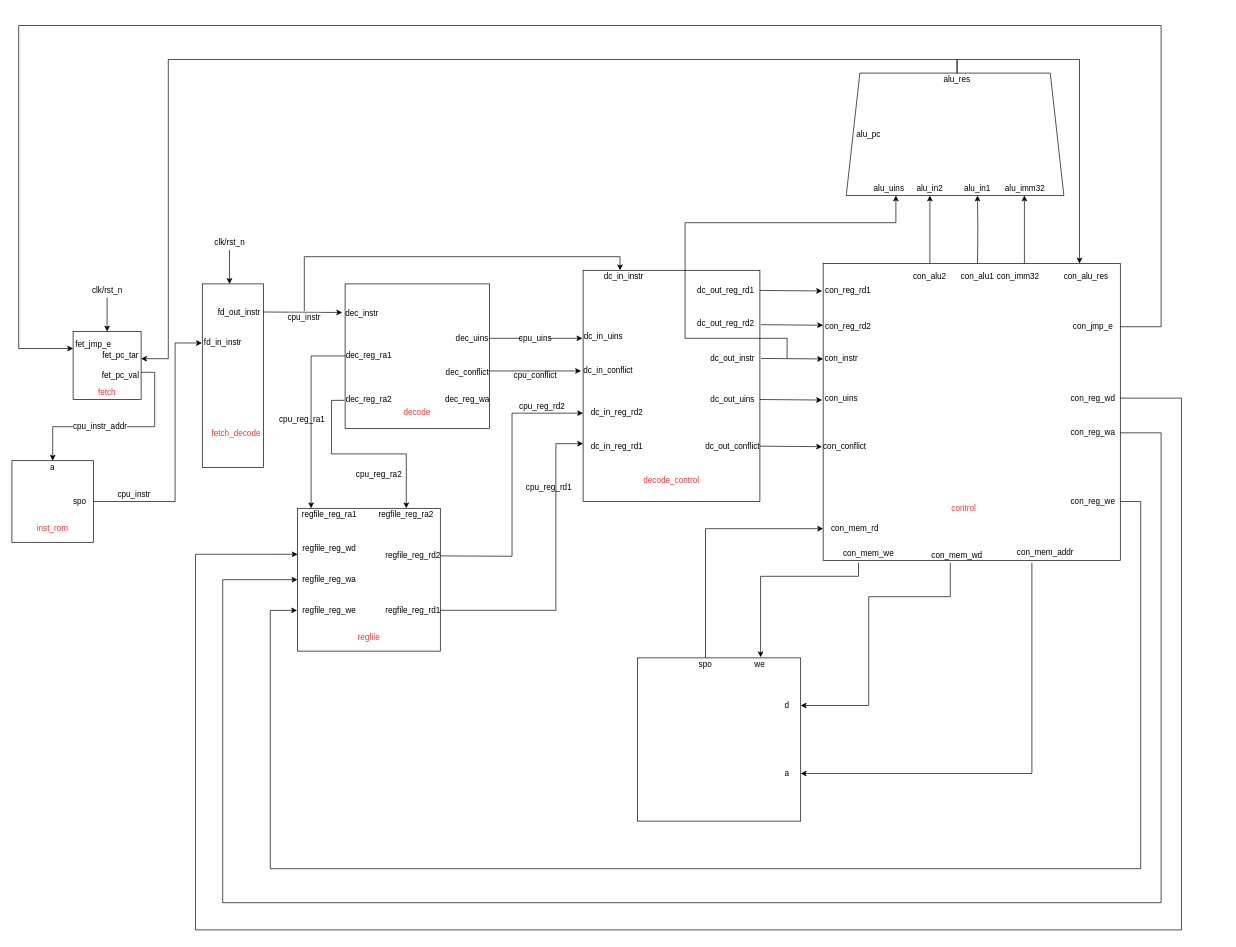
The draw.io diagram Untitled Diagram.drawio in I-Rinka/build-cpu-within-20days, before the edit. Source tidied: cells renumbered, new cells numbered last; positions are measured from the earlier drawing's top-left corner, leaving out a move shared by most shapes. Both pictures are drawn from the tidied source at 68%, with x=0, y=0 at pixel (12, 25).
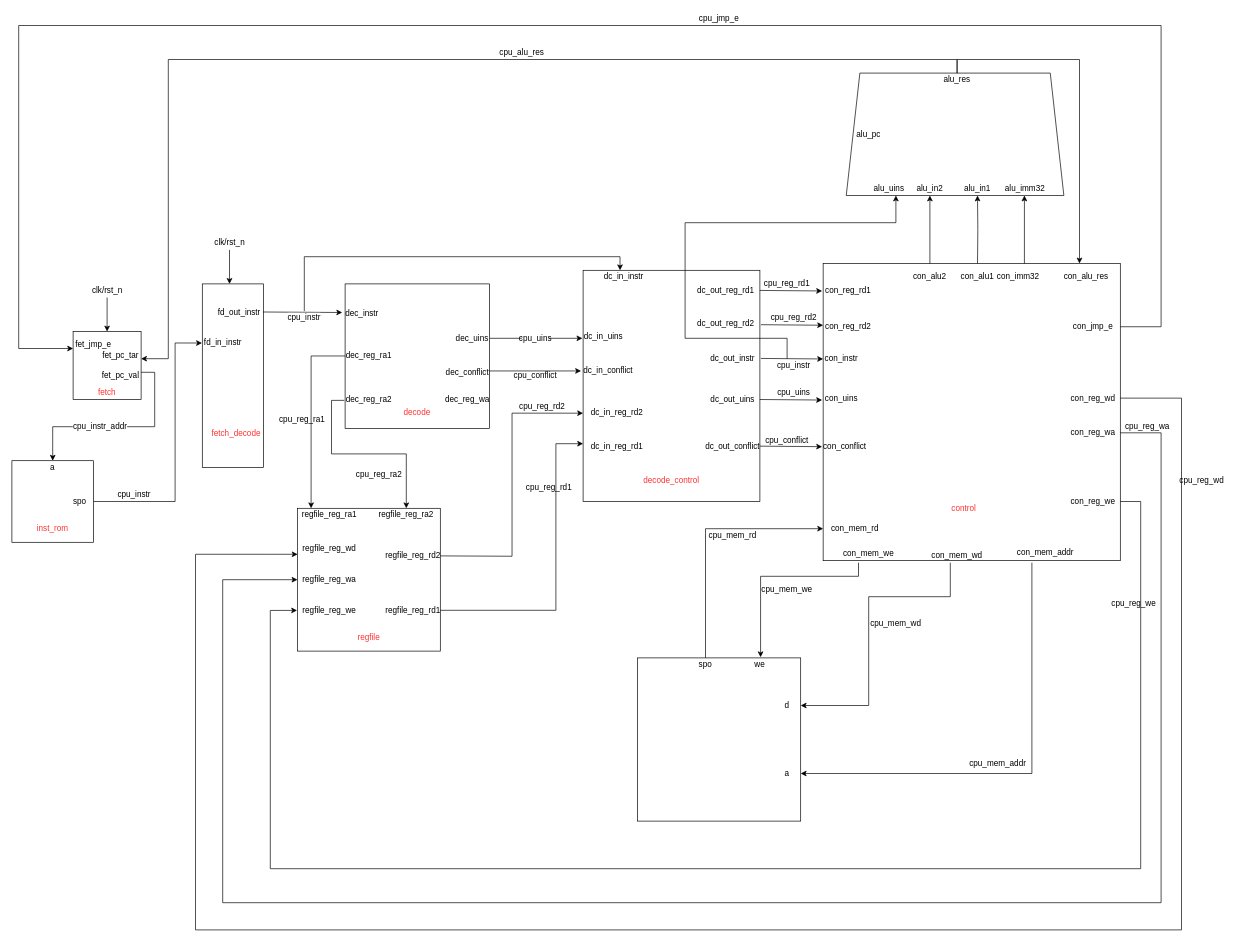
After the change.

Commit message:
第三次更新

What changed in the source:
```diff
@@
+    <mxCell id="118" value="cpu_reg_rd1" style="text;html=1;strokeColor=none;fillColor=none;align=center;verticalAlign=middle;whiteSpace=wrap;rounded=0;" parent="1" vertex="1">
+      <mxGeometry x="1120" y="370" width="40" height="20" as="geometry" />
+    </mxCell>
+    <mxCell id="119" value="cpu_reg_rd2" style="text;html=1;strokeColor=none;fillColor=none;align=center;verticalAlign=middle;whiteSpace=wrap;rounded=0;" parent="1" vertex="1">
+      <mxGeometry x="1130" y="420" width="40" height="20" as="geometry" />
+    </mxCell>
+    <mxCell id="120" value="cpu_instr" style="text;html=1;strokeColor=none;fillColor=none;align=center;verticalAlign=middle;whiteSpace=wrap;rounded=0;" parent="1" vertex="1">
+      <mxGeometry x="1130" y="490" width="40" height="20" as="geometry" />
+    </mxCell>
+    <mxCell id="121" value="cpu_uins" style="text;html=1;strokeColor=none;fillColor=none;align=center;verticalAlign=middle;whiteSpace=wrap;rounded=0;" parent="1" vertex="1">
+      <mxGeometry x="1130" y="530" width="40" height="20" as="geometry" />
+    </mxCell>
+    <mxCell id="122" value="cpu_conflict" style="text;html=1;strokeColor=none;fillColor=none;align=center;verticalAlign=middle;whiteSpace=wrap;rounded=0;" parent="1" vertex="1">
+      <mxGeometry x="1120" y="600" width="40" height="20" as="geometry" />
+    </mxCell>
+    <mxCell id="123" value="cpu_mem_rd" style="text;html=1;strokeColor=none;fillColor=none;align=center;verticalAlign=middle;whiteSpace=wrap;rounded=0;" parent="1" vertex="1">
+      <mxGeometry x="1040" y="740" width="40" height="20" as="geometry" />
+    </mxCell>
+    <mxCell id="124" value="cpu_mem_we" style="text;html=1;strokeColor=none;fillColor=none;align=center;verticalAlign=middle;whiteSpace=wrap;rounded=0;" parent="1" vertex="1">
+      <mxGeometry x="1120" y="820" width="40" height="20" as="geometry" />
+    </mxCell>
+    <mxCell id="125" value="cpu_mem_wd" style="text;html=1;strokeColor=none;fillColor=none;align=center;verticalAlign=middle;whiteSpace=wrap;rounded=0;" parent="1" vertex="1">
+      <mxGeometry x="1280" y="870" width="40" height="20" as="geometry" />
+    </mxCell>
+    <mxCell id="126" value="cpu_mem_addr" style="text;html=1;strokeColor=none;fillColor=none;align=center;verticalAlign=middle;whiteSpace=wrap;rounded=0;" parent="1" vertex="1">
+      <mxGeometry x="1430" y="1070" width="40" height="30" as="geometry" />
+    </mxCell>
+    <mxCell id="127" value="cpu_reg_we" style="text;html=1;strokeColor=none;fillColor=none;align=center;verticalAlign=middle;whiteSpace=wrap;rounded=0;" parent="1" vertex="1">
+      <mxGeometry x="1630" y="840" width="40" height="20" as="geometry" />
+    </mxCell>
+    <mxCell id="128" value="cpu_reg_wa" style="text;html=1;strokeColor=none;fillColor=none;align=center;verticalAlign=middle;whiteSpace=wrap;rounded=0;" parent="1" vertex="1">
+      <mxGeometry x="1650" y="580" width="40" height="20" as="geometry" />
+    </mxCell>
+    <mxCell id="129" value="cpu_reg_wd" style="text;html=1;strokeColor=none;fillColor=none;align=center;verticalAlign=middle;whiteSpace=wrap;rounded=0;" parent="1" vertex="1">
+      <mxGeometry x="1730" y="660" width="40" height="20" as="geometry" />
+    </mxCell>
+    <mxCell id="130" value="cpu_jmp_e" style="text;html=1;strokeColor=none;fillColor=none;align=center;verticalAlign=middle;whiteSpace=wrap;rounded=0;" parent="1" vertex="1">
+      <mxGeometry x="1020" y="-20" width="40" height="20" as="geometry" />
+    </mxCell>
+    <mxCell id="131" value="cpu_alu_res" style="text;html=1;strokeColor=none;fillColor=none;align=center;verticalAlign=middle;whiteSpace=wrap;rounded=0;" parent="1" vertex="1">
+      <mxGeometry x="730" y="30" width="40" height="20" as="geometry" />
+    </mxCell>
```
